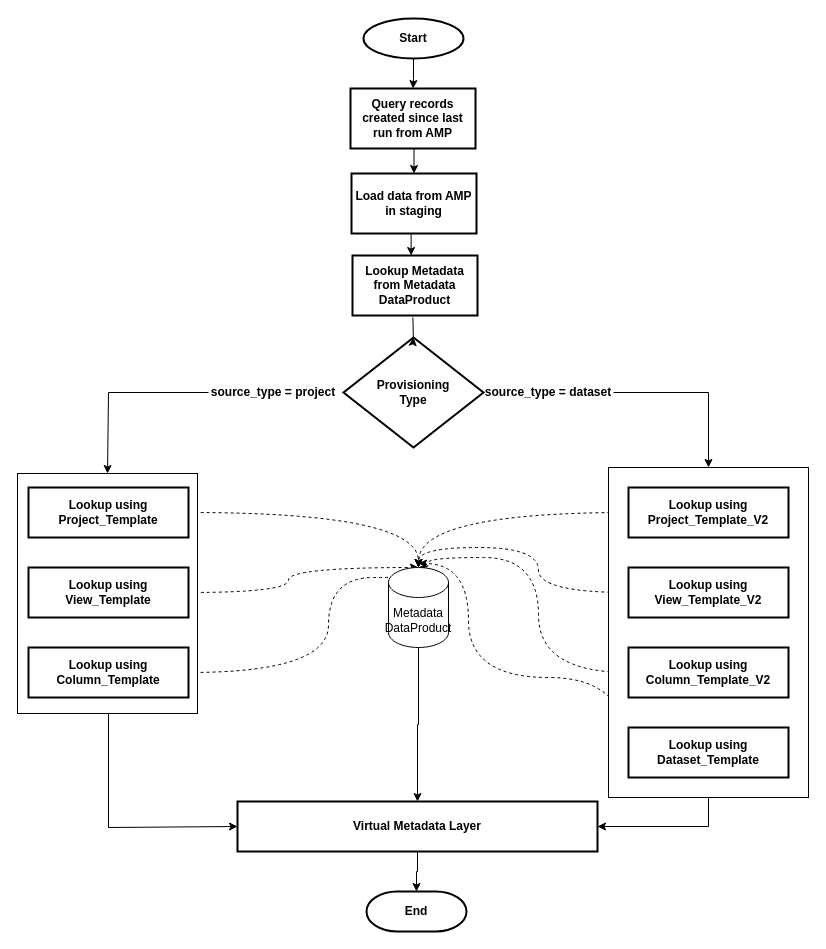
This is Access_Dataflow.drawio from zikzakjack/draw.io, a draw.io file, before an edit. Source tidied: cells renumbered, new cells numbered last; positions are measured from the earlier drawing's top-left corner, leaving out a move shared by most shapes. Both pictures are drawn from the tidied source at 100%, with x=0, y=0 at pixel (17, 18).
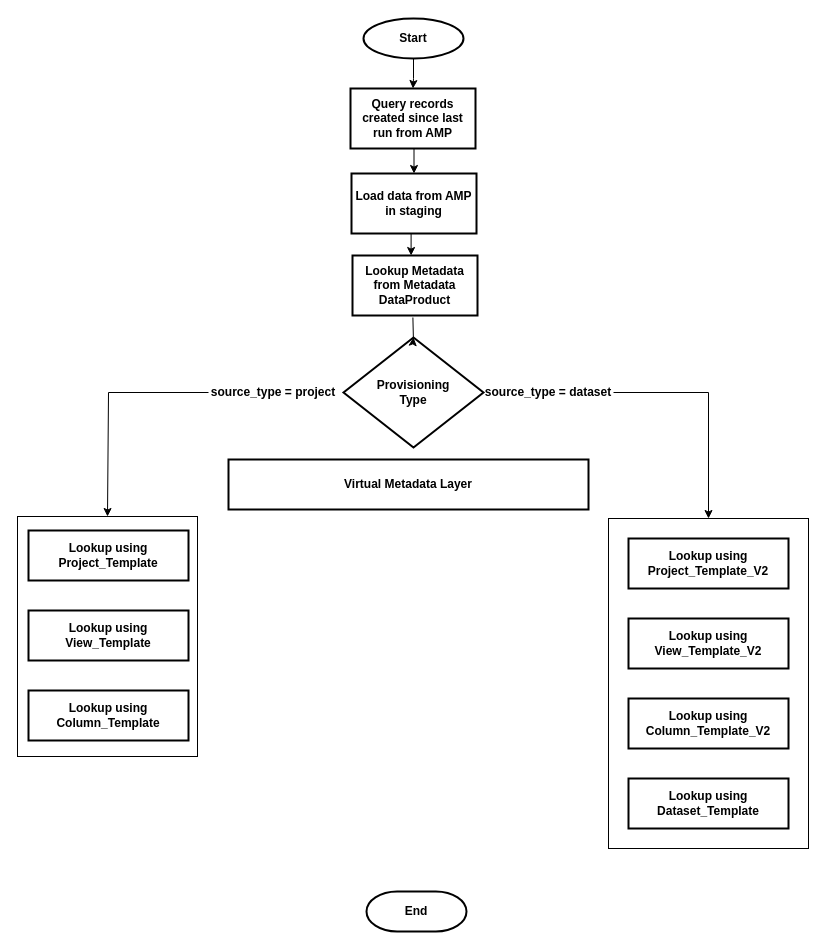
The same page after the edit.

The change refers to these unchanged cells:
```xml
<mxCell id="25" value="&lt;b&gt;End&lt;/b&gt;" style="strokeWidth=2;html=1;shape=mxgraph.flowchart.terminator;whiteSpace=wrap;" parent="1" vertex="1">
  <mxGeometry x="349" y="873" width="100" height="40" as="geometry" />
</mxCell>
<mxCell id="28" value="&lt;div class=&quot;O0&quot;&gt;&lt;b&gt;Lookup using Project_Template&lt;/b&gt;&lt;/div&gt;" style="rounded=1;whiteSpace=wrap;html=1;absoluteArcSize=1;arcSize=0;strokeWidth=2;" parent="26" vertex="1">
  <mxGeometry width="160" height="50" as="geometry" />
</mxCell>
<mxCell id="29" value="&lt;div class=&quot;O0&quot;&gt;&lt;b&gt;Lookup using View_Template&lt;/b&gt;&lt;/div&gt;" style="rounded=1;whiteSpace=wrap;html=1;absoluteArcSize=1;arcSize=0;strokeWidth=2;" parent="26" vertex="1">
  <mxGeometry y="80" width="160" height="50" as="geometry" />
</mxCell>
<mxCell id="30" value="&lt;div class=&quot;O0&quot;&gt;&lt;b&gt;Lookup using Column_Template&lt;/b&gt;&lt;/div&gt;" style="rounded=1;whiteSpace=wrap;html=1;absoluteArcSize=1;arcSize=0;strokeWidth=2;" parent="26" vertex="1">
  <mxGeometry y="160" width="160" height="50" as="geometry" />
</mxCell>
<mxCell id="32" style="rounded=0;whiteSpace=wrap;html=1;" parent="31" vertex="1">
  <mxGeometry x="-20" y="-20" width="200" height="330" as="geometry" />
</mxCell>
<mxCell id="33" value="&lt;div class=&quot;O0&quot;&gt;&lt;b&gt;Lookup using Project_Template_V2&lt;/b&gt;&lt;/div&gt;" style="rounded=1;whiteSpace=wrap;html=1;absoluteArcSize=1;arcSize=0;strokeWidth=2;" parent="31" vertex="1">
  <mxGeometry width="160" height="50" as="geometry" />
</mxCell>
<mxCell id="34" value="&lt;div class=&quot;O0&quot;&gt;&lt;b&gt;Lookup using View_Template_V2&lt;/b&gt;&lt;/div&gt;" style="rounded=1;whiteSpace=wrap;html=1;absoluteArcSize=1;arcSize=0;strokeWidth=2;" parent="31" vertex="1">
  <mxGeometry y="80" width="160" height="50" as="geometry" />
</mxCell>
<mxCell id="35" value="&lt;div class=&quot;O0&quot;&gt;&lt;b&gt;Lookup using Column_Template_V2&lt;/b&gt;&lt;/div&gt;" style="rounded=1;whiteSpace=wrap;html=1;absoluteArcSize=1;arcSize=0;strokeWidth=2;" parent="31" vertex="1">
  <mxGeometry y="160" width="160" height="50" as="geometry" />
</mxCell>
<mxCell id="36" value="&lt;div class=&quot;O0&quot;&gt;&lt;b&gt;Lookup using Dataset_Template&lt;/b&gt;&lt;/div&gt;" style="rounded=1;whiteSpace=wrap;html=1;absoluteArcSize=1;arcSize=0;strokeWidth=2;" parent="31" vertex="1">
  <mxGeometry y="240" width="160" height="50" as="geometry" />
</mxCell>
```

What changed in the source:
```diff
@@
-    <mxCell id="12" style="edgeStyle=orthogonalEdgeStyle;jettySize=auto;html=1;exitX=1;exitY=0.5;exitDx=0;exitDy=0;entryX=0.5;entryY=0;entryDx=0;entryDy=0;entryPerimeter=0;curved=1;dashed=1;" parent="1" edge="1" source="28" target="24">
-      <mxGeometry relative="1" as="geometry" />
-    </mxCell>
-    <mxCell id="13" style="edgeStyle=orthogonalEdgeStyle;jettySize=auto;html=1;exitX=1;exitY=0.5;exitDx=0;exitDy=0;curved=1;dashed=1;" parent="1" edge="1" source="29">
-      <mxGeometry relative="1" as="geometry">
-        <mxPoint x="401" y="549" as="targetPoint" />
-        <Array as="points">
-          <mxPoint x="271" y="574" />
-          <mxPoint x="271" y="549" />
-        </Array>
-      </mxGeometry>
-    </mxCell>
-    <mxCell id="14" style="edgeStyle=orthogonalEdgeStyle;rounded=0;jettySize=auto;html=1;entryX=0;entryY=0.5;entryDx=0;entryDy=0;" parent="1" edge="1" target="22">
-      <mxGeometry relative="1" as="geometry">
-        <mxPoint x="91" y="689" as="sourcePoint" />
-        <Array as="points">
-          <mxPoint x="91" y="809" />
-          <mxPoint x="220" y="809" />
-        </Array>
-      </mxGeometry>
-    </mxCell>
-    <mxCell id="15" style="edgeStyle=orthogonalEdgeStyle;jettySize=auto;html=1;exitX=1;exitY=0.5;exitDx=0;exitDy=0;entryX=0.5;entryY=0;entryDx=0;entryDy=0;entryPerimeter=0;curved=1;dashed=1;" parent="1" edge="1" source="30" target="24">
-      <mxGeometry relative="1" as="geometry">
-        <Array as="points">
-          <mxPoint x="311" y="654" />
-          <mxPoint x="311" y="559" />
-          <mxPoint x="401" y="559" />
-        </Array>
-      </mxGeometry>
-    </mxCell>
-    <mxCell id="16" style="edgeStyle=orthogonalEdgeStyle;jettySize=auto;html=1;exitX=0;exitY=0.5;exitDx=0;exitDy=0;entryX=0.5;entryY=0;entryDx=0;entryDy=0;entryPerimeter=0;curved=1;dashed=1;" parent="1" edge="1" source="33" target="24">
-      <mxGeometry relative="1" as="geometry" />
-    </mxCell>
-    <mxCell id="17" style="edgeStyle=orthogonalEdgeStyle;jettySize=auto;html=1;exitX=0;exitY=0.5;exitDx=0;exitDy=0;entryX=0.5;entryY=0;entryDx=0;entryDy=0;entryPerimeter=0;curved=1;dashed=1;" parent="1" edge="1" source="34" target="24">
-      <mxGeometry relative="1" as="geometry" />
-    </mxCell>
-    <mxCell id="18" style="edgeStyle=orthogonalEdgeStyle;jettySize=auto;html=1;exitX=0;exitY=0.5;exitDx=0;exitDy=0;entryX=0.5;entryY=0;entryDx=0;entryDy=0;entryPerimeter=0;curved=1;dashed=1;" parent="1" edge="1" source="35" target="24">
-      <mxGeometry relative="1" as="geometry">
-        <Array as="points">
-          <mxPoint x="521" y="654" />
-          <mxPoint x="521" y="539" />
-          <mxPoint x="411" y="539" />
-          <mxPoint x="411" y="549" />
-        </Array>
-      </mxGeometry>
-    </mxCell>
-    <mxCell id="19" style="edgeStyle=orthogonalEdgeStyle;rounded=0;jettySize=auto;html=1;exitX=0.5;exitY=1;exitDx=0;exitDy=0;entryX=1;entryY=0.5;entryDx=0;entryDy=0;" parent="1" edge="1" source="32" target="22">
-      <mxGeometry relative="1" as="geometry" />
-    </mxCell>
-    <mxCell id="20" style="edgeStyle=orthogonalEdgeStyle;jettySize=auto;html=1;exitX=0;exitY=0.5;exitDx=0;exitDy=0;curved=1;dashed=1;" parent="1" edge="1" source="36">
-      <mxGeometry relative="1" as="geometry">
-        <mxPoint x="401" y="545" as="targetPoint" />
-        <Array as="points">
-          <mxPoint x="611" y="659" />
-          <mxPoint x="451" y="659" />
-          <mxPoint x="451" y="545" />
-        </Array>
-      </mxGeometry>
-    </mxCell>
-    <mxCell id="21" style="edgeStyle=orthogonalEdgeStyle;rounded=0;jettySize=auto;html=1;" parent="1" edge="1" source="22" target="25">
-      <mxGeometry relative="1" as="geometry" />
-    </mxCell>
     <mxCell id="22" value="&lt;div class=&quot;O0&quot;&gt;&lt;b&gt;Virtual Metadata Layer&lt;/b&gt;&lt;/div&gt;" style="rounded=1;whiteSpace=wrap;html=1;absoluteArcSize=1;arcSize=0;strokeWidth=2;" parent="1" vertex="1">
-      <mxGeometry x="220" y="783" width="360" height="50" as="geometry" />
+      <mxGeometry x="211" y="441" width="360" height="50" as="geometry" />
     </mxCell>
-    <mxCell id="23" style="edgeStyle=orthogonalEdgeStyle;rounded=0;jettySize=auto;html=1;exitX=0.5;exitY=1;exitDx=0;exitDy=0;exitPerimeter=0;" parent="1" edge="1" source="24" target="22">
-      <mxGeometry relative="1" as="geometry" />
-    </mxCell>
-    <mxCell id="24" value="Metadata&lt;br&gt;DataProduct" style="shape=cylinder3;whiteSpace=wrap;html=1;boundedLbl=1;backgroundOutline=1;size=15;" parent="1" vertex="1">
-      <mxGeometry x="371" y="549" width="60" height="80" as="geometry" />
-    </mxCell>
@@
     <mxCell id="26" style="group;" parent="1" vertex="1">
-      <mxGeometry x="11" y="469" width="180" height="230" as="geometry" />
+      <mxGeometry x="11" y="512" width="180" height="230" as="geometry" />
     </mxCell>
@@
     <mxCell id="31" style="group;" parent="1" vertex="1">
-      <mxGeometry x="611" y="469" width="180" height="310" as="geometry" />
+      <mxGeometry x="611" y="520" width="180" height="310" as="geometry" />
     </mxCell>
```
